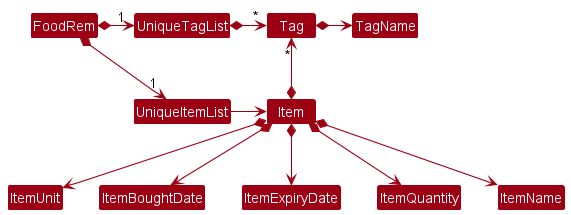
Above: docs/images/BetterModelClassDiagram.png in nus-cs2103-AY2223S1/tp (PlantUML), before the change.
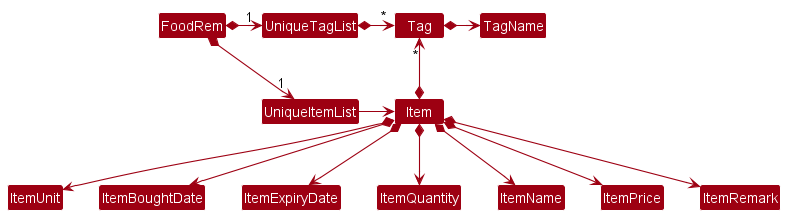
The same diagram one commit later.

The edit, as a diff of the source:
```diff
@@ -19,6 +19,8 @@
 Item *--> ItemExpiryDate
 Item *--> ItemQuantity
 Item *--> ItemName
+Item *--> ItemPrice
+Item *--> ItemRemark
 Tag *-right--> TagName
 
 @enduml
```
